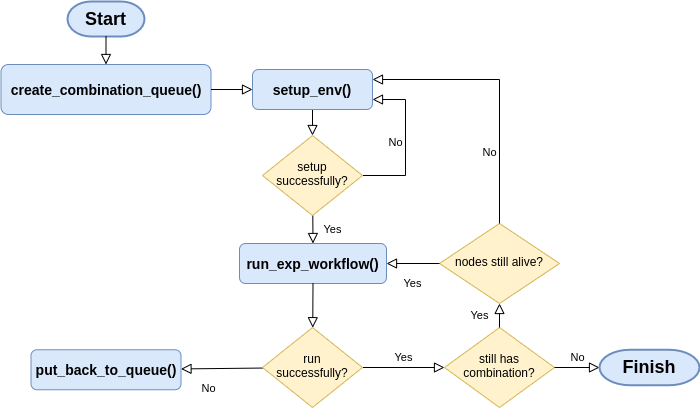
Earlier version of the draw.io export images/experiment_flowchart.png (ntlinh16/cloudal). Source tidied: cells renumbered, new cells last; positions are measured from the earlier drawing's top-left corner, leaving out a move shared by most shapes.
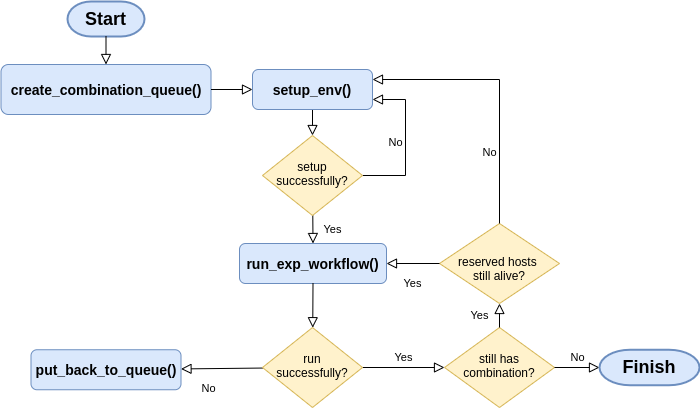
After the commit.

Commit message:
doc: update experiment flowchart image

The edit, as a diff of the source:
```diff
@@ -46,7 +46,7 @@
     <mxCell id="14" value="No" style="rounded=0;html=1;jettySize=auto;fontSize=11;endArrow=block;endFill=0;endSize=8;strokeWidth=1;shadow=0;labelBackgroundColor=none;entryX=0;entryY=0.5;entryDx=0;entryDy=0;entryPerimeter=0;" parent="1" edge="1" source="12" target="21">
       <mxGeometry y="10" relative="1" as="geometry" />
     </mxCell>
-    <mxCell id="15" value="nodes still alive?" style="rhombus;whiteSpace=wrap;html=1;shadow=0;fontFamily=Helvetica;fontSize=12;align=center;strokeWidth=1;spacing=6;spacingTop=-4;fillColor=#fff2cc;strokeColor=#d6b656;" parent="1" vertex="1">
+    <mxCell id="15" value="&lt;br&gt;reserved hosts &lt;br&gt;still alive?" style="rhombus;whiteSpace=wrap;html=1;shadow=0;fontFamily=Helvetica;fontSize=12;align=center;strokeWidth=1;spacing=6;spacingTop=-4;fillColor=#fff2cc;strokeColor=#d6b656;" parent="1" vertex="1">
       <mxGeometry x="438" y="222" width="120" height="80" as="geometry" />
     </mxCell>
     <mxCell id="16" value="Yes" style="rounded=0;html=1;jettySize=auto;fontSize=11;endArrow=block;endFill=0;endSize=8;strokeWidth=1;shadow=0;labelBackgroundColor=none;entryX=1;entryY=0.5;entryDx=0;entryDy=0;exitX=0;exitY=0.5;exitDx=0;exitDy=0;" parent="1" edge="1" source="15" target="11">
```
